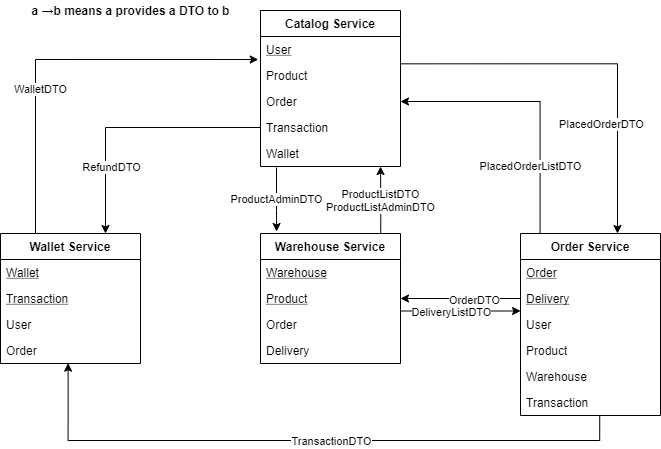
Earlier version of the draw.io export images/serviceSchema.png (franckies/ecommerce-api). Source tidied: cells renumbered, new cells last; positions are measured from the earlier drawing's top-left corner, leaving out a move shared by most shapes.
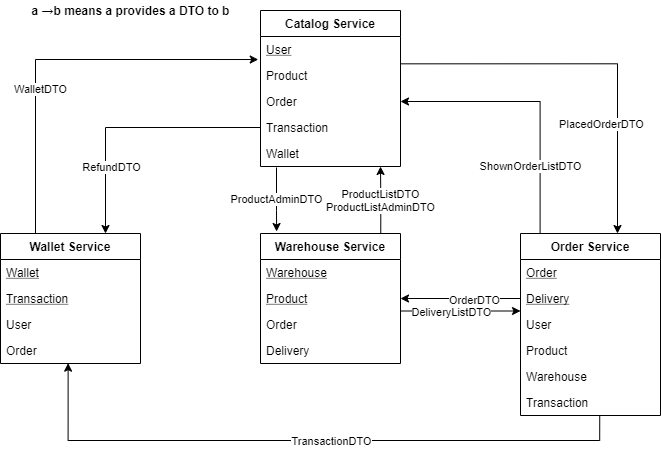
Later version of the same file.

The edit, as a diff of the source:
```diff
@@ -135,7 +135,7 @@
     <mxCell id="38" style="edgeStyle=orthogonalEdgeStyle;rounded=0;jettySize=auto;html=1;entryX=1;entryY=0.5;entryDx=0;entryDy=0;exitX=0.14;exitY=0.002;exitDx=0;exitDy=0;exitPerimeter=0;" parent="1" edge="1" source="19" target="9">
       <mxGeometry relative="1" as="geometry" />
     </mxCell>
-    <mxCell id="39" value="PlacedOrderListDTO" style="edgeLabel;html=1;align=center;verticalAlign=middle;" parent="38" vertex="1">
+    <mxCell id="39" value="ShownOrderListDTO" style="edgeLabel;html=1;align=center;verticalAlign=middle;" parent="38" vertex="1">
       <mxGeometry x="-0.34" y="-4" relative="1" as="geometry">
         <mxPoint x="-14" y="22" as="offset" />
       </mxGeometry>
```
